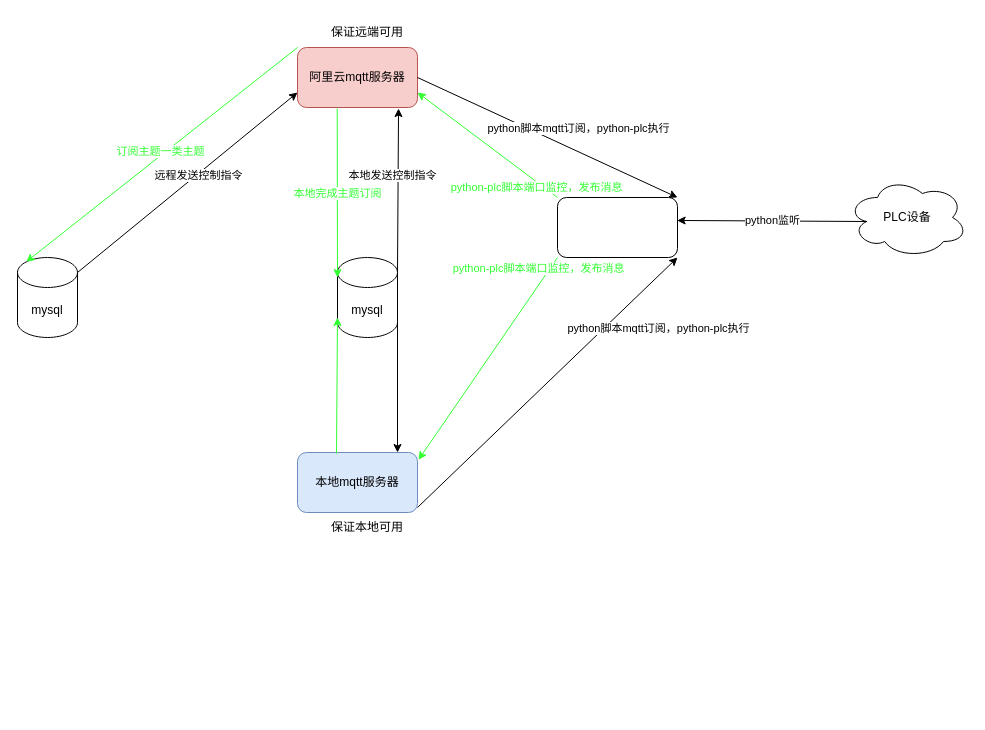
The draw.io diagram mqtt.drawio in code1990/app, before the edit. Source tidied: cells renumbered, new cells numbered last; positions are measured from the earlier drawing's top-left corner, leaving out a move shared by most shapes. Both pictures are drawn from the tidied source at 100%, with x=0, y=0 at pixel (17, 17).
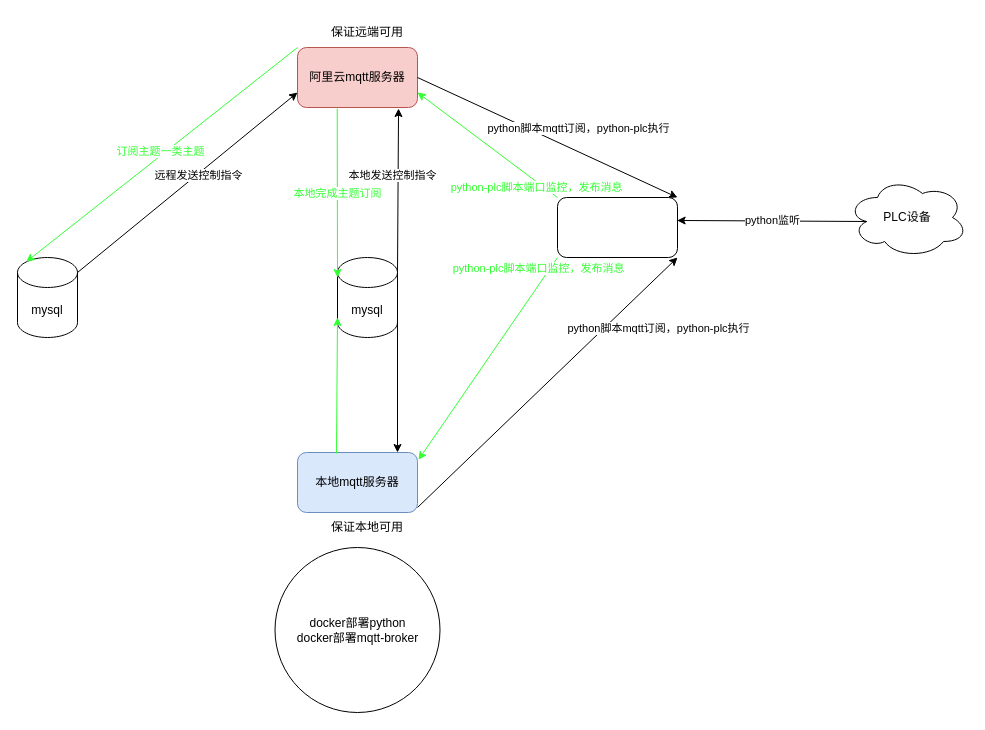
The same diagram, later.

What changed in the source:
```diff
@@
+    <mxCell id="30" value="docker部署python&lt;div&gt;docker部署mqtt-broker&lt;/div&gt;" style="ellipse;whiteSpace=wrap;html=1;" parent="1" vertex="1">
+      <mxGeometry x="257.5" y="530" width="165" height="165" as="geometry" />
+    </mxCell>
```
